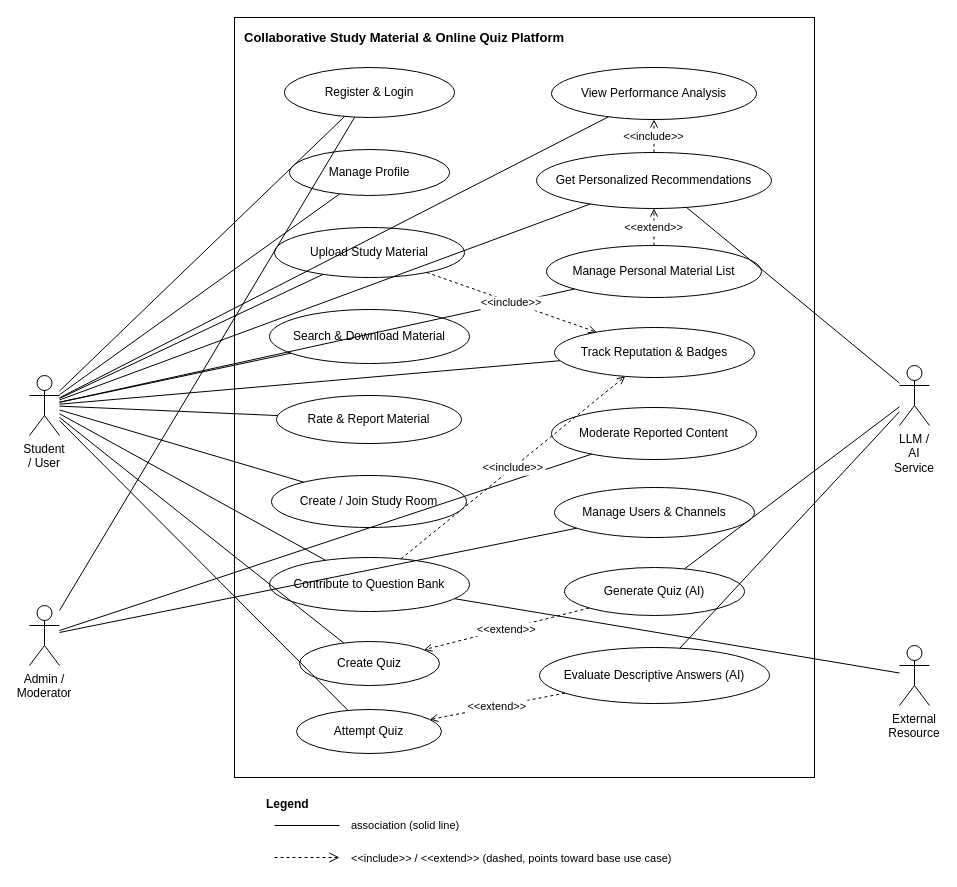
Before: Documents/UseCaseDiagram.drawio in dhanushshekhar13-alt/Collaborative-Study-Material-and-Online-Quiz-Platform, a draw.io diagram. Source tidied: cells renumbered, new cells numbered last; positions are measured from the earlier drawing's top-left corner, leaving out a move shared by most shapes. Both pictures are drawn from the tidied source at 100%, with x=0, y=0 at pixel (29, 17).
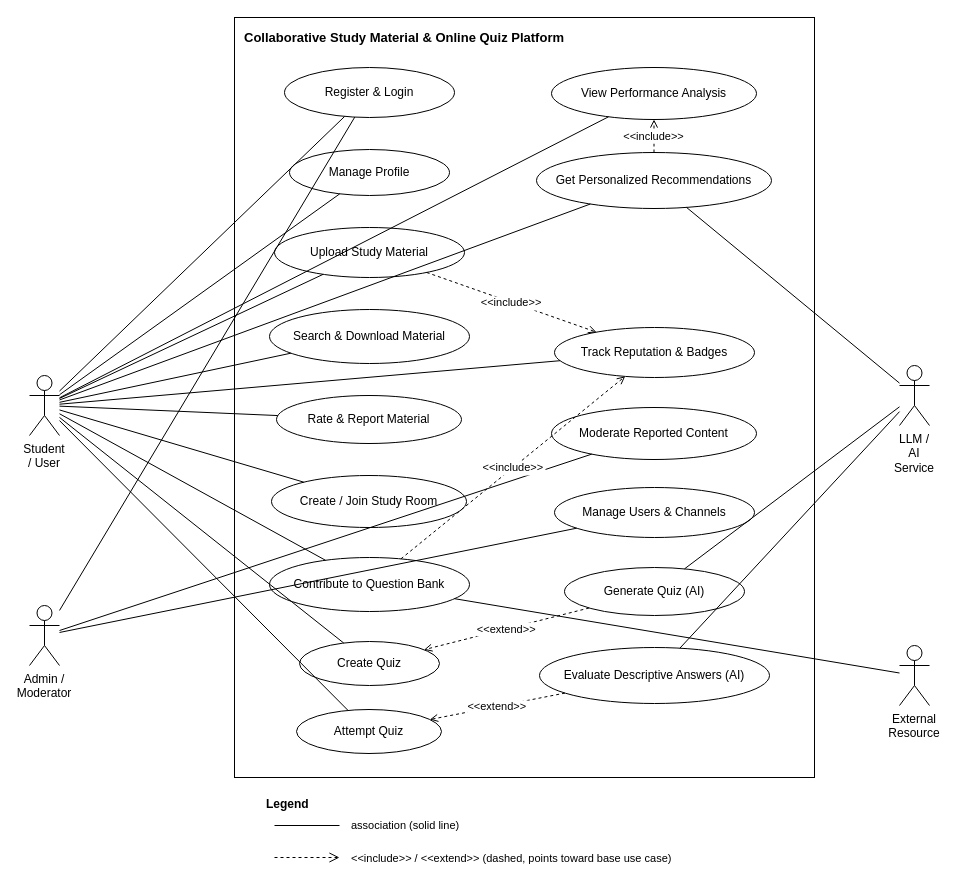
After the change.

Commit message (it also covers changes not shown here):
Docs: remove personal material list use case

The SRS has no requirement for a personal material list and the Test Plan
has no case for it, so UC-14 had nothing to trace to. Remove it from the use
case diagram and the flow document, drop the reference to it from UC-13, and
renumber UC-15 to UC-17 as UC-14 to UC-16.

Unchanged cells that the change refers to:
```xml
<mxCell id="3" value="Student / User" style="shape=umlActor;whiteSpace=wrap;html=1;fillColor=#ffffff;strokeColor=#000000;verticalLabelPosition=bottom;verticalAlign=top;align=center;fontSize=12;" parent="1" vertex="1">
  <mxGeometry y="358" width="30" height="60" as="geometry" />
</mxCell>
<mxCell id="19" value="Get Personalized Recommendations" style="ellipse;whiteSpace=wrap;html=1;fillColor=#ffffff;strokeColor=#000000;fontSize=12;" parent="1" vertex="1">
  <mxGeometry x="507" y="135" width="235" height="56" as="geometry" />
</mxCell>
```

What changed in the source:
```diff
@@
-    <mxCell id="20" value="Manage Personal Material List" style="ellipse;whiteSpace=wrap;html=1;fillColor=#ffffff;strokeColor=#000000;fontSize=12;" parent="1" vertex="1">
-      <mxGeometry x="517" y="228" width="215" height="52" as="geometry" />
-    </mxCell>
@@
-    <mxCell id="35" style="edgeStyle=none;html=1;endArrow=none;startArrow=none;strokeColor=#000000;rounded=0;" parent="1" edge="1" source="3" target="20">
-      <mxGeometry relative="1" as="geometry" />
-    </mxCell>
@@
-    <mxCell id="49" value="&lt;&lt;extend&gt;&gt;" style="edgeStyle=none;html=0;endArrow=open;endFill=0;dashed=1;strokeColor=#000000;fontSize=11;rounded=0;" parent="1" edge="1" source="20" target="19">
-      <mxGeometry relative="1" as="geometry" />
-    </mxCell>
```
